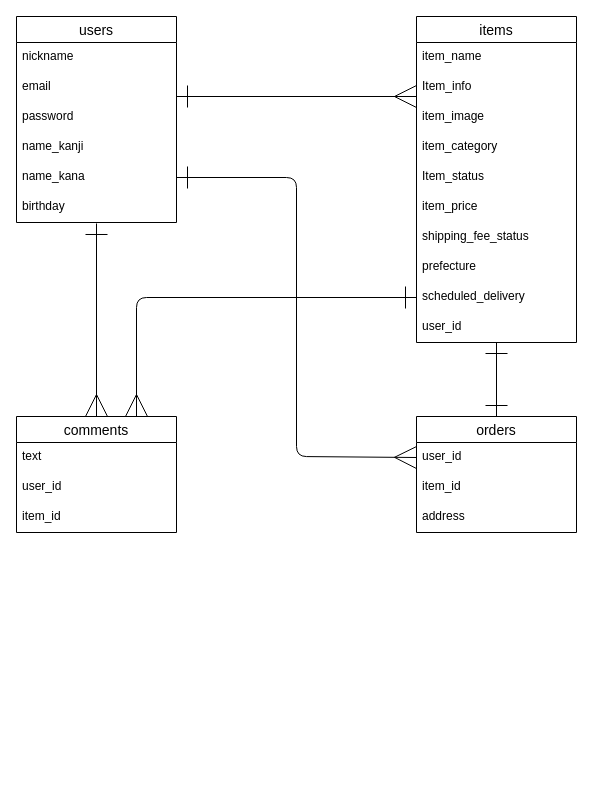
mayumitanaka/furima-38749 keeps this draw.io diagram as er.dio. Above is the earlier version. Source tidied: cells renumbered, new cells numbered last; positions are measured from the earlier drawing's top-left corner, leaving out a move shared by most shapes. Both pictures are drawn from the tidied source at 100%, with x=0, y=0 at pixel (16, 16).
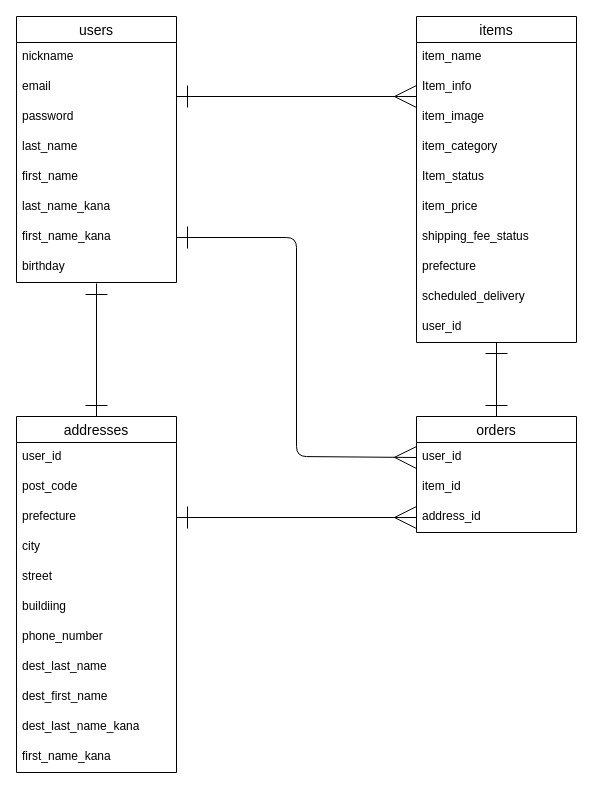
Above is the later version.

Commit message (it also covers changes not shown here):
データベース設計(修正-1)

The change refers to these unchanged cells:
```xml
<mxCell id="10" value="orders" style="swimlane;fontStyle=0;horizontal=1;startSize=26;align=center;fontSize=14;" parent="1" vertex="1">
  <mxGeometry x="400" y="400" width="160" height="116" as="geometry" />
</mxCell>
<mxCell id="11" value="user_id" style="text;strokeColor=none;fillColor=none;spacingLeft=4;spacingRight=4;overflow=hidden;points=[[0,0.5],[1,0.5]];portConstraint=eastwest;fontSize=12;" parent="10" vertex="1">
  <mxGeometry y="26" width="160" height="30" as="geometry" />
</mxCell>
<mxCell id="23" value="scheduled_delivery" style="text;strokeColor=none;fillColor=none;spacingLeft=4;spacingRight=4;overflow=hidden;points=[[0,0.5],[1,0.5]];portConstraint=eastwest;fontSize=12;" parent="14" vertex="1">
  <mxGeometry y="266" width="160" height="30" as="geometry" />
</mxCell>
```

Diff of the diagram source:
```diff
@@
     <mxCell id="2" value="users" style="swimlane;fontStyle=0;horizontal=1;startSize=26;align=center;fontSize=14;" parent="1" vertex="1">
-      <mxGeometry width="160" height="206" as="geometry" />
+      <mxGeometry width="160" height="266" as="geometry" />
     </mxCell>
@@
-    <mxCell id="6" value="name_kanji" style="text;strokeColor=none;fillColor=none;spacingLeft=4;spacingRight=4;overflow=hidden;fontSize=12;" parent="2" vertex="1">
+    <mxCell id="6" value="last_name    " style="text;strokeColor=none;fillColor=none;spacingLeft=4;spacingRight=4;overflow=hidden;fontSize=12;" parent="2" vertex="1">
       <mxGeometry y="116" width="160" height="30" as="geometry" />
     </mxCell>
+    <mxCell id="33" value="first_name" style="text;strokeColor=none;fillColor=none;spacingLeft=4;spacingRight=4;overflow=hidden;fontSize=12;" parent="2" vertex="1">
+      <mxGeometry y="146" width="160" height="30" as="geometry" />
+    </mxCell>
+    <mxCell id="34" value="last_name_kana" style="text;strokeColor=none;fillColor=none;spacingLeft=4;spacingRight=4;overflow=hidden;fontSize=12;" parent="2" vertex="1">
+      <mxGeometry y="176" width="160" height="30" as="geometry" />
+    </mxCell>
-    <mxCell id="7" value="name_kana" style="text;strokeColor=none;fillColor=none;spacingLeft=4;spacingRight=4;overflow=hidden;points=[[0,0.5],[1,0.5]];portConstraint=eastwest;fontSize=12;" parent="2" vertex="1">
-      <mxGeometry y="146" width="160" height="30" as="geometry" />
+    <mxCell id="7" value="first_name_kana" style="text;strokeColor=none;fillColor=none;spacingLeft=4;spacingRight=4;overflow=hidden;points=[[0,0.5],[1,0.5]];portConstraint=eastwest;fontSize=12;" parent="2" vertex="1">
+      <mxGeometry y="206" width="160" height="30" as="geometry" />
     </mxCell>
     <mxCell id="8" value="birthday" style="text;strokeColor=none;fillColor=none;spacingLeft=4;spacingRight=4;overflow=hidden;points=[[0,0.5],[1,0.5]];portConstraint=eastwest;fontSize=12;" parent="2" vertex="1">
-      <mxGeometry y="176" width="160" height="30" as="geometry" />
+      <mxGeometry y="236" width="160" height="30" as="geometry" />
     </mxCell>
@@
-    <mxCell id="13" value="address" style="text;strokeColor=none;fillColor=none;spacingLeft=4;spacingRight=4;overflow=hidden;fontSize=12;" parent="10" vertex="1">
-      <mxGeometry y="86" width="160" height="30" as="geometry" />
-    </mxCell>
+    <mxCell id="35" value="address_id" style="text;strokeColor=none;fillColor=none;spacingLeft=4;spacingRight=4;overflow=hidden;points=[[0,0.5],[1,0.5]];portConstraint=eastwest;fontSize=12;" parent="10" vertex="1">
+      <mxGeometry y="86" width="160" height="30" as="geometry" />
+    </mxCell>
@@
-    <mxCell id="25" style="edgeStyle=none;html=1;exitX=0.5;exitY=0;exitDx=0;exitDy=0;entryX=0.5;entryY=1.033;entryDx=0;entryDy=0;entryPerimeter=0;startArrow=ERmany;startFill=0;endArrow=ERone;endFill=0;startSize=20;endSize=20;targetPerimeterSpacing=0;" parent="1" edge="1" source="27" target="8">
+    <mxCell id="25" style="edgeStyle=none;html=1;exitX=0.5;exitY=0;exitDx=0;exitDy=0;entryX=0.5;entryY=1.033;entryDx=0;entryDy=0;entryPerimeter=0;startArrow=ERone;startFill=0;endArrow=ERone;endFill=0;startSize=20;endSize=20;targetPerimeterSpacing=0;" parent="1" edge="1" source="27" target="8">
       <mxGeometry relative="1" as="geometry" />
     </mxCell>
-    <mxCell id="26" style="edgeStyle=none;html=1;exitX=0.75;exitY=0;exitDx=0;exitDy=0;entryX=0;entryY=0.5;entryDx=0;entryDy=0;startArrow=ERmany;startFill=0;endArrow=ERone;endFill=0;startSize=20;endSize=20;targetPerimeterSpacing=0;" parent="1" edge="1" source="27" target="23">
-      <mxGeometry relative="1" as="geometry">
-        <Array as="points">
-          <mxPoint x="120" y="281" />
-        </Array>
-      </mxGeometry>
-    </mxCell>
-    <mxCell id="27" value="comments" style="swimlane;fontStyle=0;horizontal=1;startSize=26;align=center;fontSize=14;" parent="1" vertex="1">
-      <mxGeometry y="400" width="160" height="116" as="geometry" />
+    <mxCell id="27" value="addresses" style="swimlane;fontStyle=0;horizontal=1;startSize=26;align=center;fontSize=14;" parent="1" vertex="1">
+      <mxGeometry y="400" width="160" height="356" as="geometry" />
     </mxCell>
-    <mxCell id="28" value="text" style="text;strokeColor=none;fillColor=none;spacingLeft=4;spacingRight=4;overflow=hidden;fontSize=12;" parent="27" vertex="1">
+    <mxCell id="28" value="user_id" style="text;strokeColor=none;fillColor=none;spacingLeft=4;spacingRight=4;overflow=hidden;fontSize=12;" parent="27" vertex="1">
       <mxGeometry y="26" width="160" height="30" as="geometry" />
     </mxCell>
-    <mxCell id="29" value="user_id" style="text;strokeColor=none;fillColor=none;spacingLeft=4;spacingRight=4;overflow=hidden;fontSize=12;" parent="27" vertex="1">
+    <mxCell id="29" value="post_code" style="text;strokeColor=none;fillColor=none;spacingLeft=4;spacingRight=4;overflow=hidden;fontSize=12;" parent="27" vertex="1">
       <mxGeometry y="56" width="160" height="30" as="geometry" />
     </mxCell>
+    <mxCell id="36" value="prefecture" style="text;strokeColor=none;fillColor=none;spacingLeft=4;spacingRight=4;overflow=hidden;points=[[0,0.5],[1,0.5]];portConstraint=eastwest;fontSize=12;" parent="27" vertex="1">
+      <mxGeometry y="86" width="160" height="30" as="geometry" />
+    </mxCell>
+    <mxCell id="37" value="city" style="text;strokeColor=none;fillColor=none;spacingLeft=4;spacingRight=4;overflow=hidden;fontSize=12;" parent="27" vertex="1">
+      <mxGeometry y="116" width="160" height="30" as="geometry" />
+    </mxCell>
+    <mxCell id="38" value="street" style="text;strokeColor=none;fillColor=none;spacingLeft=4;spacingRight=4;overflow=hidden;fontSize=12;" parent="27" vertex="1">
+      <mxGeometry y="146" width="160" height="30" as="geometry" />
+    </mxCell>
+    <mxCell id="39" value="buildiing" style="text;strokeColor=none;fillColor=none;spacingLeft=4;spacingRight=4;overflow=hidden;fontSize=12;" parent="27" vertex="1">
+      <mxGeometry y="176" width="160" height="30" as="geometry" />
+    </mxCell>
+    <mxCell id="40" value="phone_number" style="text;strokeColor=none;fillColor=none;spacingLeft=4;spacingRight=4;overflow=hidden;fontSize=12;" parent="27" vertex="1">
+      <mxGeometry y="206" width="160" height="30" as="geometry" />
+    </mxCell>
+    <mxCell id="41" value="dest_last_name" style="text;strokeColor=none;fillColor=none;spacingLeft=4;spacingRight=4;overflow=hidden;fontSize=12;" parent="27" vertex="1">
+      <mxGeometry y="236" width="160" height="30" as="geometry" />
+    </mxCell>
+    <mxCell id="42" value="dest_first_name" style="text;strokeColor=none;fillColor=none;spacingLeft=4;spacingRight=4;overflow=hidden;fontSize=12;" parent="27" vertex="1">
+      <mxGeometry y="266" width="160" height="30" as="geometry" />
+    </mxCell>
+    <mxCell id="43" value="dest_last_name_kana" style="text;strokeColor=none;fillColor=none;spacingLeft=4;spacingRight=4;overflow=hidden;fontSize=12;" parent="27" vertex="1">
+      <mxGeometry y="296" width="160" height="30" as="geometry" />
+    </mxCell>
-    <mxCell id="30" value="item_id" style="text;strokeColor=none;fillColor=none;spacingLeft=4;spacingRight=4;overflow=hidden;fontSize=12;" parent="27" vertex="1">
-      <mxGeometry y="86" width="160" height="30" as="geometry" />
+    <mxCell id="30" value="first_name_kana" style="text;strokeColor=none;fillColor=none;spacingLeft=4;spacingRight=4;overflow=hidden;fontSize=12;" parent="27" vertex="1">
+      <mxGeometry y="326" width="160" height="30" as="geometry" />
     </mxCell>
@@
     <mxCell id="32" style="edgeStyle=none;html=1;exitX=1;exitY=0.5;exitDx=0;exitDy=0;entryX=0;entryY=0.5;entryDx=0;entryDy=0;startArrow=ERone;startFill=0;endArrow=ERmany;endFill=0;startSize=20;endSize=20;targetPerimeterSpacing=0;" parent="1" edge="1" source="7" target="11">
       <mxGeometry relative="1" as="geometry">
         <Array as="points">
-          <mxPoint x="280" y="161" />
+          <mxPoint x="280" y="221" />
           <mxPoint x="280" y="440" />
         </Array>
       </mxGeometry>
     </mxCell>
+    <mxCell id="44" style="edgeStyle=none;html=1;exitX=1;exitY=0.5;exitDx=0;exitDy=0;entryX=0;entryY=0.5;entryDx=0;entryDy=0;startArrow=ERone;startFill=0;endArrow=ERmany;endFill=0;endSize=20;startSize=20;" parent="1" edge="1" source="36" target="35">
+      <mxGeometry relative="1" as="geometry" />
+    </mxCell>
```
